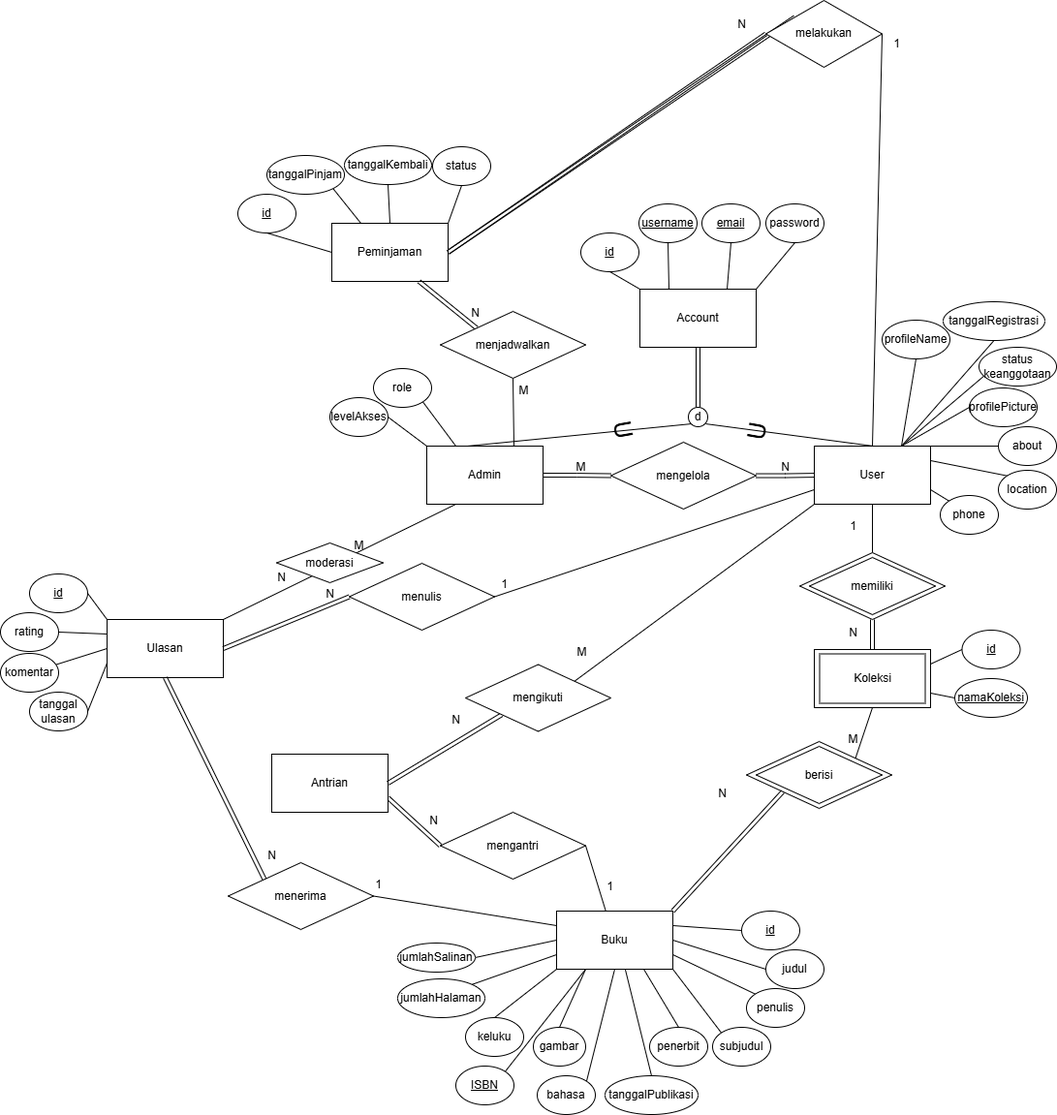
Earlier version of the draw.io export erd_pkpl.drawio.png (anthef/anthef). Source tidied: cells renumbered, new cells last; positions are measured from the earlier drawing's top-left corner, leaving out a move shared by most shapes.
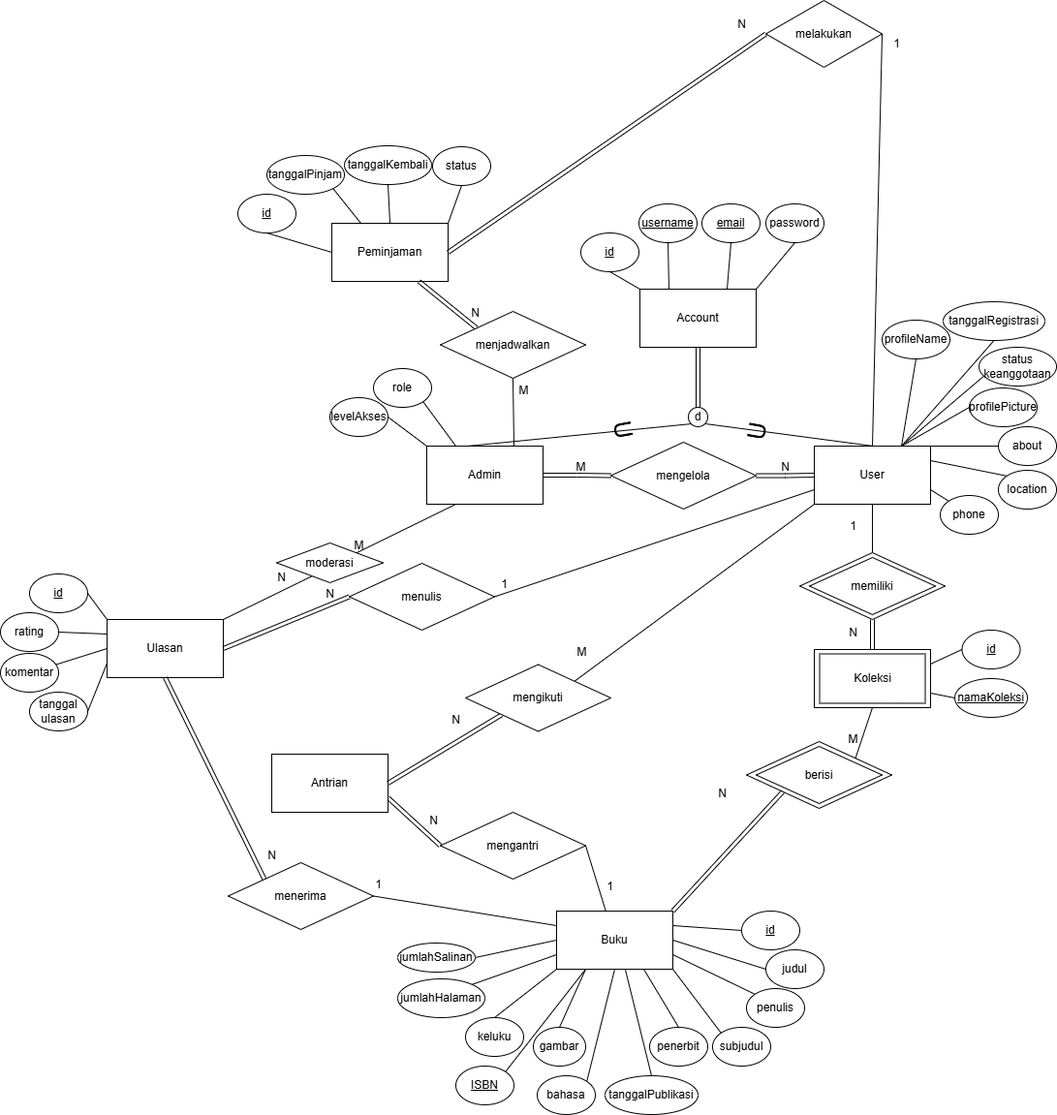
Later version of the same file.

Diff of the diagram source:
```diff
@@ -418,9 +418,6 @@
     <mxCell id="138" style="rounded=0;jettySize=auto;html=1;exitX=0;exitY=0.5;exitDx=0;exitDy=0;entryX=1;entryY=0.5;entryDx=0;entryDy=0;shape=link;" parent="1" edge="1" source="140" target="125">
       <mxGeometry relative="1" as="geometry" />
     </mxCell>
-    <mxCell id="139" style="rounded=0;jettySize=auto;html=1;exitX=0;exitY=0;exitDx=0;exitDy=0;entryX=1;entryY=0.5;entryDx=0;entryDy=0;shape=link;" parent="1" edge="1" source="140" target="125">
-      <mxGeometry relative="1" as="geometry" />
-    </mxCell>
     <mxCell id="140" value="melakukan" style="rhombus;whiteSpace=wrap;html=1;" parent="1" vertex="1">
       <mxGeometry x="790" width="120" height="69" as="geometry" />
     </mxCell>
```
